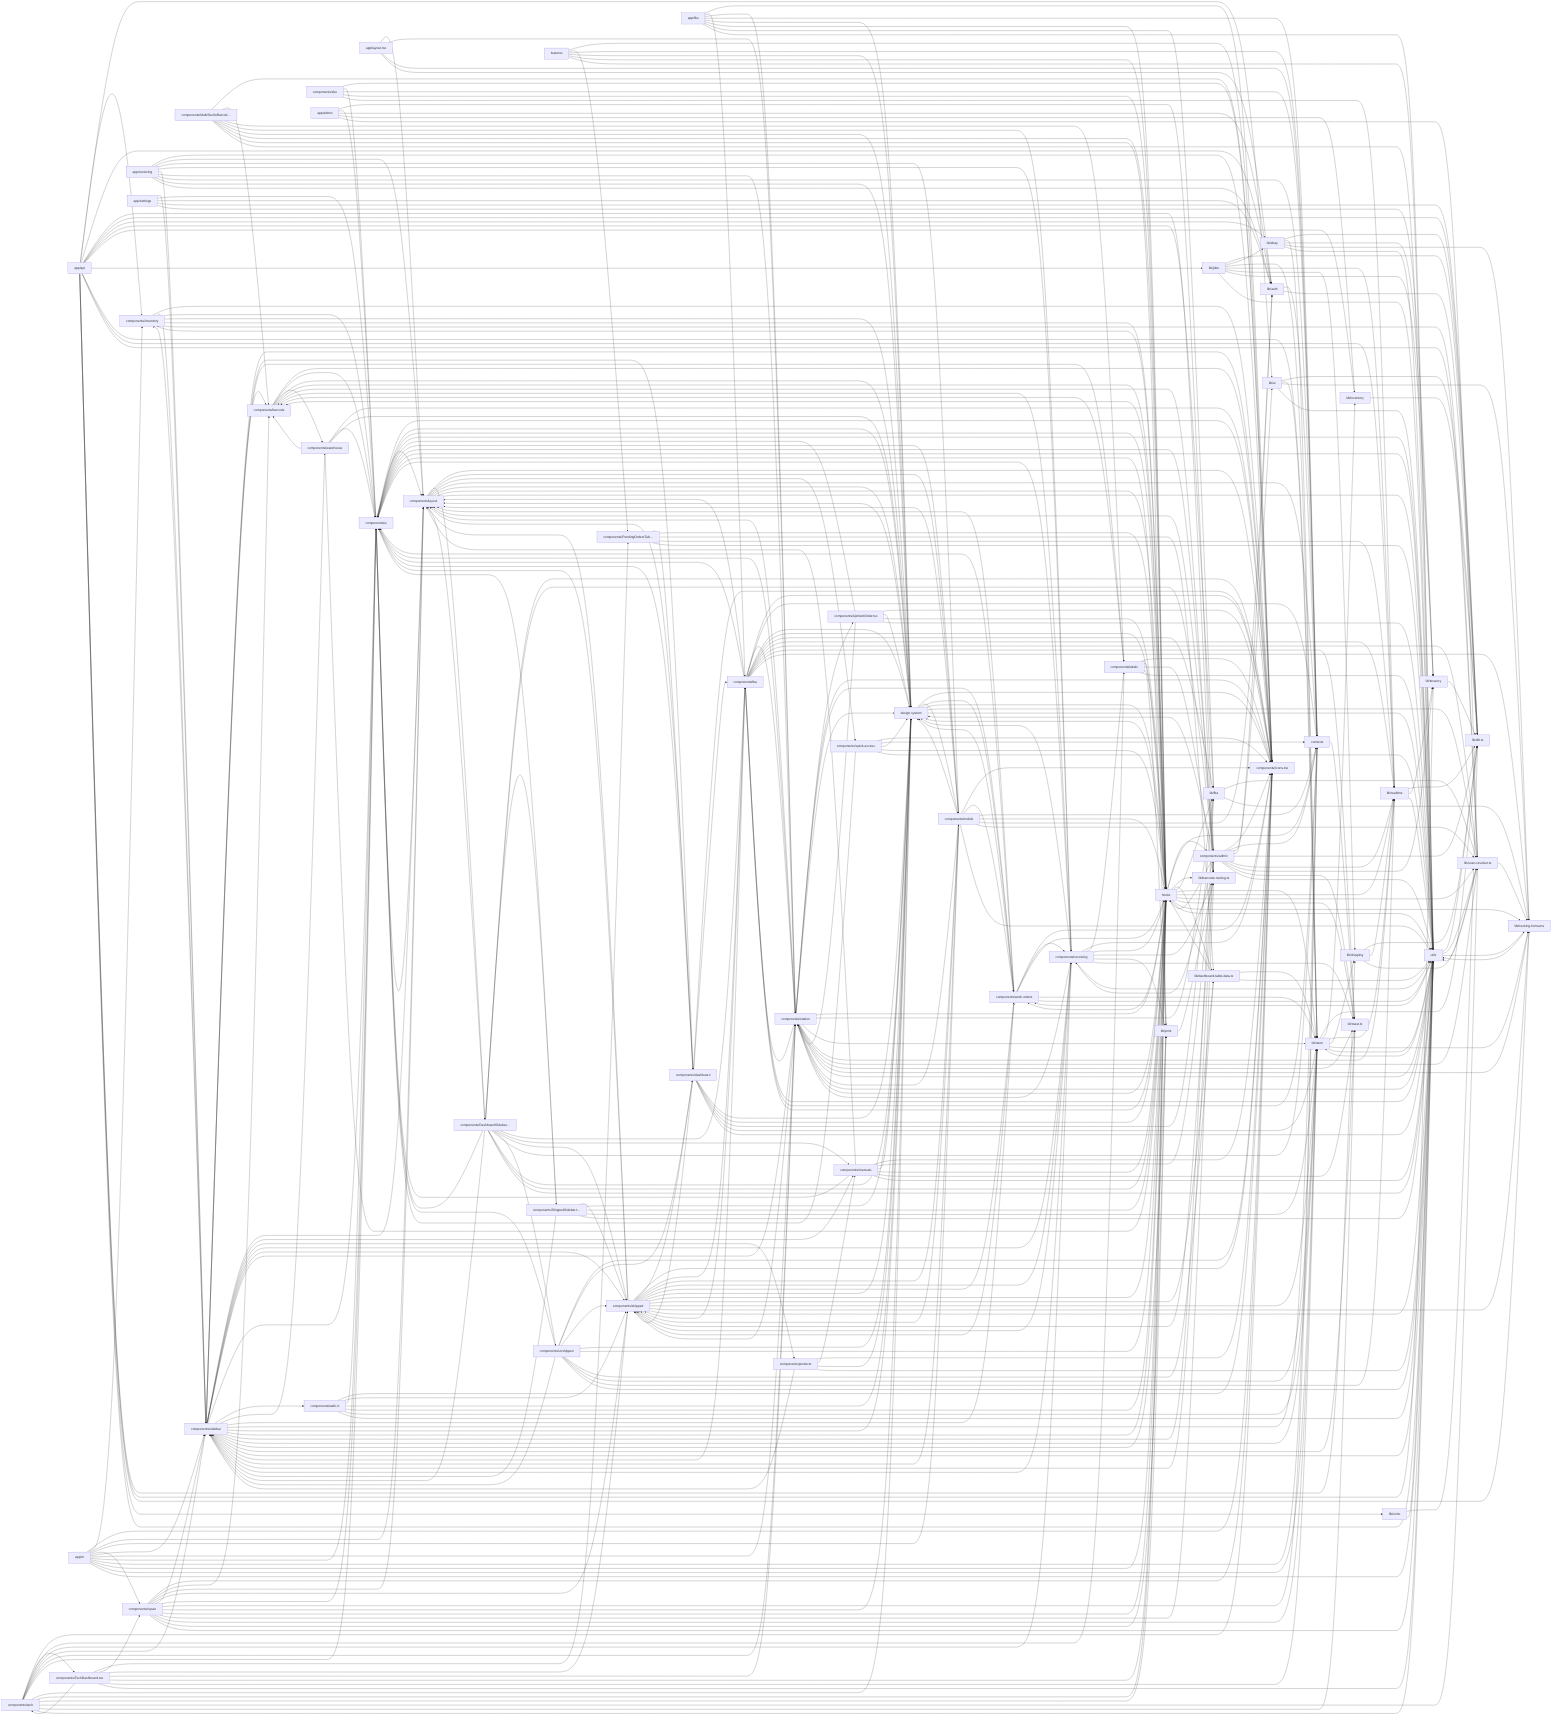
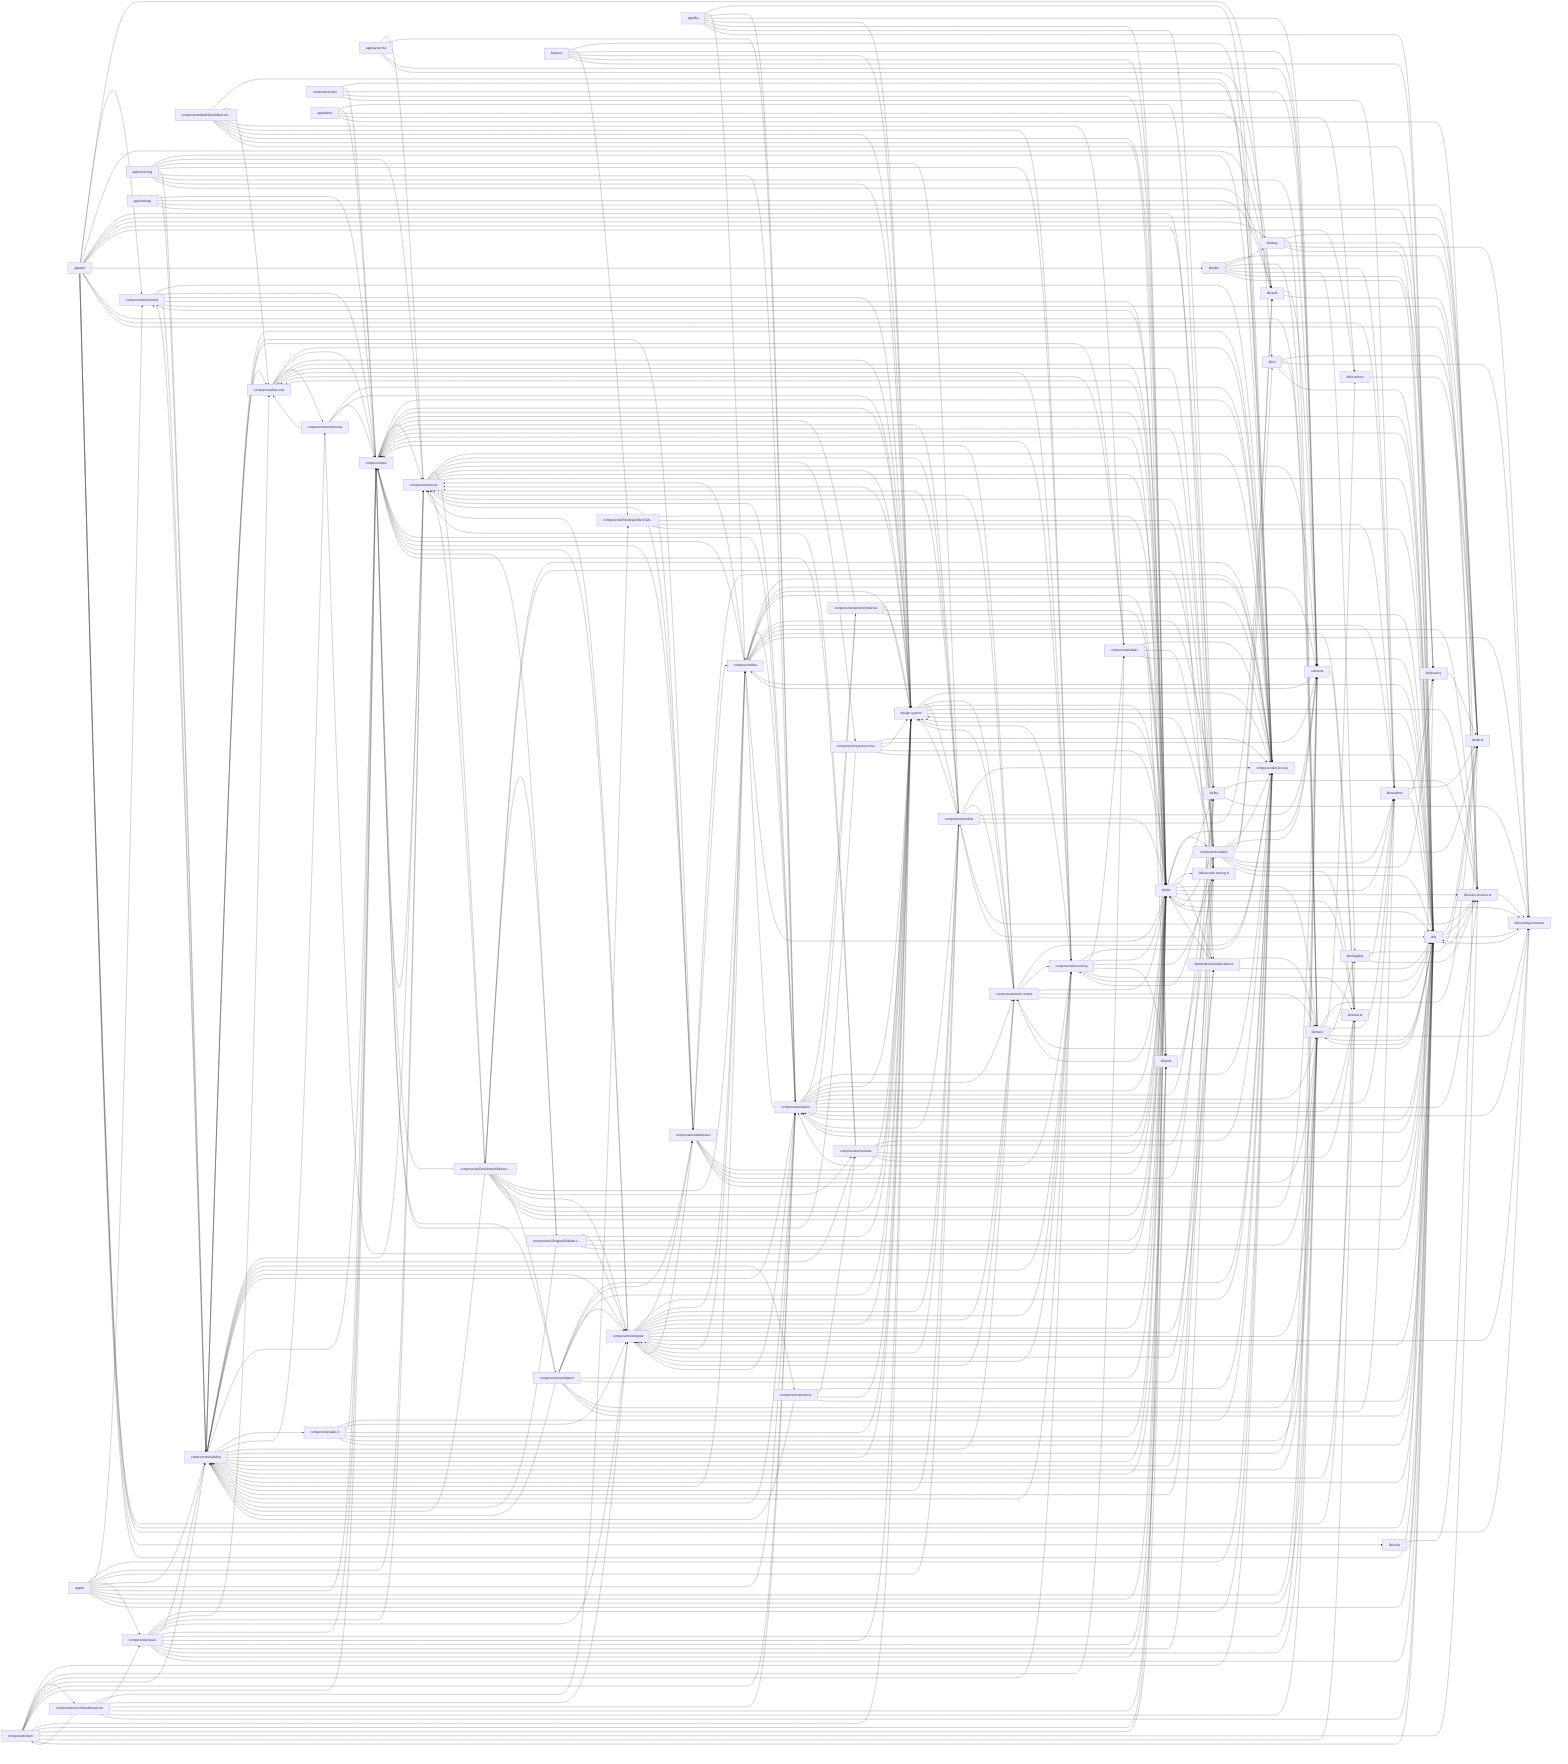
flowchart LR
  app_api["app/api"]
  click app_api "src/app/api/scan-tracking/route.ts" "Open src/app/api/scan-tracking/route.ts"
  hooks["hooks"]
  click hooks "src/hooks/_lifecycle.ts" "Open src/hooks/_lifecycle.ts"
  utils["utils"]
  click utils "src/utils/upnext-shared.ts" "Open src/utils/upnext-shared.ts"
+   components_sidebar["components/sidebar"]
+   click components_sidebar "src/components/sidebar/DeviceModeToggle.tsx" "Open src/components/sidebar/DeviceModeToggle.tsx"
+   components_Icons_tsx["components/Icons.tsx"]
+   click components_Icons_tsx "src/components/Icons.tsx" "Open src/components/Icons.tsx"
  design_system["design-system"]
  click design_system "src/design-system/index.ts" "Open src/design-system/index.ts"
-   components_Icons_tsx["components/Icons.tsx"]
-   click components_Icons_tsx "src/components/Icons.tsx" "Open src/components/Icons.tsx"
-   components_sidebar["components/sidebar"]
-   click components_sidebar "src/components/sidebar/DeviceModeToggle.tsx" "Open src/components/sidebar/DeviceModeToggle.tsx"
  components_ui["components/ui"]
  click components_ui "src/components/ui/DeleteButton.tsx" "Open src/components/ui/DeleteButton.tsx"
  lib_db_ts["lib/db.ts"]
  click lib_db_ts "src/lib/db.ts" "Open src/lib/db.ts"
+   components_station["components/station"]
+   click components_station "src/components/station/BarcodeScanner.tsx" "Open src/components/station/BarcodeScanner.tsx"
  components_shipped["components/shipped"]
  click components_shipped "src/components/shipped/DateGroupHeader.tsx" "Open src/components/shipped/DateGroupHeader.tsx"
-   components_station["components/station"]
-   click components_station "src/components/station/BarcodeScanner.tsx" "Open src/components/station/BarcodeScanner.tsx"
  components_layout["components/layout"]
  click components_layout "src/components/layout/OfflineBanner.tsx" "Open src/components/layout/OfflineBanner.tsx"
  lib_neon["lib/neon"]
  click lib_neon "src/lib/neon/serial-units-queries.ts" "Open src/lib/neon/serial-units-queries.ts"
  contexts["contexts"]
  click contexts "src/contexts/HeaderContext.tsx" "Open src/contexts/HeaderContext.tsx"
  components_admin["components/admin"]
  click components_admin "src/components/admin/AccessSidebarPanel.tsx" "Open src/components/admin/AccessSidebarPanel.tsx"
  components_receiving["components/receiving"]
  click components_receiving "src/components/receiving/Mode2Unboxing.tsx" "Open src/components/receiving/Mode2Unboxing.tsx"
  components_mobile["components/mobile"]
  click components_mobile "src/components/mobile/ScanSurface.tsx" "Open src/components/mobile/ScanSurface.tsx"
  components_fba["components/fba"]
  click components_fba "src/components/fba/FbaShippedTable.tsx" "Open src/components/fba/FbaShippedTable.tsx"
  components_work_orders["components/work-orders"]
  click components_work_orders "src/components/work-orders/WorkOrderInfoStrip.tsx" "Open src/components/work-orders/WorkOrderInfoStrip.tsx"
  lib_realtime["lib/realtime"]
  click lib_realtime "src/lib/realtime/db-events.ts" "Open src/lib/realtime/db-events.ts"
  components_repair["components/repair"]
  click components_repair "src/components/repair/SignaturePad.tsx" "Open src/components/repair/SignaturePad.tsx"
  lib_auth["lib/auth"]
  click lib_auth "src/lib/auth/permission-registry.ts" "Open src/lib/auth/permission-registry.ts"
  components_DashboardSidebar_tsx["components/DashboardSidebar…"]
  click components_DashboardSidebar_tsx "src/components/DashboardSidebar.tsx" "Open src/components/DashboardSidebar.tsx"
  components_tech["components/tech"]
  click components_tech "src/components/tech/UpNextActionDock.tsx" "Open src/components/tech/UpNextActionDock.tsx"
  lib_scan_resolver_ts["lib/scan-resolver.ts"]
  click lib_scan_resolver_ts "src/lib/scan-resolver.ts" "Open src/lib/scan-resolver.ts"
  lib_tracking_format_ts["lib/tracking-format.ts"]
  click lib_tracking_format_ts "src/lib/tracking-format.ts" "Open src/lib/tracking-format.ts"
  components_dashboard["components/dashboard"]
  click components_dashboard "src/components/dashboard/StockZohoOrdersTable.tsx" "Open src/components/dashboard/StockZohoOrdersTable.tsx"
  components_barcode["components/barcode"]
  click components_barcode "src/components/barcode/SkuInput.tsx" "Open src/components/barcode/SkuInput.tsx"
  lib_jobs["lib/jobs"]
  click lib_jobs "src/lib/jobs/ebay-sync.ts" "Open src/lib/jobs/ebay-sync.ts"
  app_m["app/m"]
  click app_m "src/app/m/layout.tsx" "Open src/app/m/layout.tsx"
  components_unshipped["components/unshipped"]
  click components_unshipped "src/components/unshipped/UnshippedTable.tsx" "Open src/components/unshipped/UnshippedTable.tsx"
  components_manuals["components/manuals"]
  click components_manuals "src/components/manuals/ManualsLibrarySidebar.tsx" "Open src/components/manuals/ManualsLibrarySidebar.tsx"
  components_inventory["components/inventory"]
  click components_inventory "src/components/inventory/InventoryShell.tsx" "Open src/components/inventory/InventoryShell.tsx"
  app_receiving["app/receiving"]
  click app_receiving "src/app/receiving/page.tsx" "Open src/app/receiving/page.tsx"
  components_walk_in["components/walk-in"]
  click components_walk_in "src/components/walk-in/SalesDetailsPanel.tsx" "Open src/components/walk-in/SalesDetailsPanel.tsx"
  lib_tenancy["lib/tenancy"]
  click lib_tenancy "src/lib/tenancy/db.test.ts" "Open src/lib/tenancy/db.test.ts"
  components_TechDashboard_tsx["components/TechDashboard.tsx"]
  click components_TechDashboard_tsx "src/components/TechDashboard.tsx" "Open src/components/TechDashboard.tsx"
  components_labels["components/labels"]
  click components_labels "src/components/labels/ReceivingCartonLabel.tsx" "Open src/components/labels/ReceivingCartonLabel.tsx"
  components_warehouse["components/warehouse"]
  click components_warehouse "src/components/warehouse/roomFinderContext.tsx" "Open src/components/warehouse/roomFinderContext.tsx"
  lib_toast_ts["lib/toast.ts"]
  click lib_toast_ts "src/lib/toast.ts" "Open src/lib/toast.ts"
  lib_print["lib/print"]
  click lib_print "src/lib/print/printRepairLabel.ts" "Open src/lib/print/printRepairLabel.ts"
  lib_fba["lib/fba"]
  click lib_fba "src/lib/fba/board-item.ts" "Open src/lib/fba/board-item.ts"
  app_layout_tsx["app/layout.tsx"]
  click app_layout_tsx "src/app/layout.tsx" "Open src/app/layout.tsx"
  components_quick_access["components/quick-access"]
  click components_quick_access "src/components/quick-access/RecentSection.tsx" "Open src/components/quick-access/RecentSection.tsx"
  components_sku["components/sku"]
  click components_sku "src/components/sku/BinRowDetailsSheet.tsx" "Open src/components/sku/BinRowDetailsSheet.tsx"
+   lib_shipping["lib/shipping"]
+   click lib_shipping "src/lib/shipping/repository.ts" "Open src/lib/shipping/repository.ts"
  lib_ebay["lib/ebay"]
  click lib_ebay "src/lib/ebay/token-refresh.ts" "Open src/lib/ebay/token-refresh.ts"
  lib_ai["lib/ai"]
  click lib_ai "src/lib/ai/date-range.test.ts" "Open src/lib/ai/date-range.test.ts"
  app_fba["app/fba"]
  click app_fba "src/app/fba/page.tsx" "Open src/app/fba/page.tsx"
  components_MultiSkuSnBarcode_tsx["components/MultiSkuSnBarcod…"]
  click components_MultiSkuSnBarcode_tsx "src/components/MultiSkuSnBarcode.tsx" "Open src/components/MultiSkuSnBarcode.tsx"
  components_PendingOrdersTable_tsx["components/PendingOrdersTab…"]
  click components_PendingOrdersTable_tsx "src/components/PendingOrdersTable.tsx" "Open src/components/PendingOrdersTable.tsx"
  components_ShippedSidebar_tsx["components/ShippedSidebar.t…"]
  click components_ShippedSidebar_tsx "src/components/ShippedSidebar.tsx" "Open src/components/ShippedSidebar.tsx"
  components_products["components/products"]
  click components_products "src/components/products/types.ts" "Open src/components/products/types.ts"
  lib_dashboard_table_data_ts["lib/dashboard-table-data.ts"]
  click lib_dashboard_table_data_ts "src/lib/dashboard-table-data.ts" "Open src/lib/dashboard-table-data.ts"
  lib_barcode_routing_ts["lib/barcode-routing.ts"]
  click lib_barcode_routing_ts "src/lib/barcode-routing.ts" "Open src/lib/barcode-routing.ts"
  lib_zoho["lib/zoho"]
  click lib_zoho "src/lib/zoho/mock.ts" "Open src/lib/zoho/mock.ts"
-   lib_shipping["lib/shipping"]
-   click lib_shipping "src/lib/shipping/repository.ts" "Open src/lib/shipping/repository.ts"
  lib_inventory["lib/inventory"]
  click lib_inventory "src/lib/inventory/internal-gtin.ts" "Open src/lib/inventory/internal-gtin.ts"
  app_settings["app/settings"]
  click app_settings "src/app/settings/page.tsx" "Open src/app/settings/page.tsx"
  app_admin["app/admin"]
  click app_admin "src/app/admin/page.tsx" "Open src/app/admin/page.tsx"
  features["features"]
  click features "src/features/operations/operations-data-sources.ts" "Open src/features/operations/operations-data-sources.ts"
  components_UpNextOrder_tsx["components/UpNextOrder.tsx"]
  click components_UpNextOrder_tsx "src/components/UpNextOrder.tsx" "Open src/components/UpNextOrder.tsx"
  app_admin --> components_admin
  app_admin --> components_ui
  app_admin --> lib_auth
  app_admin --> lib_inventory
  app_admin --> lib_scan_resolver_ts
  app_api --> components_inventory
  app_api --> lib_ai
  app_api --> lib_auth
  app_api --> lib_barcode_routing_ts
  app_api --> lib_db_ts
  app_api --> lib_ebay
  app_api --> lib_fba
  app_api --> lib_inventory
  app_api --> lib_jobs
  app_api --> lib_neon
  app_api --> lib_realtime
  app_api --> lib_scan_resolver_ts
  app_api --> lib_shipping
  app_api --> lib_tenancy
  app_api --> lib_tracking_format_ts
  app_api --> lib_zoho
  app_api --> utils
  app_fba --> components_Icons_tsx
  app_fba --> components_fba
  app_fba --> components_station
  app_fba --> contexts
  app_fba --> design_system
  app_fba --> hooks
  app_fba --> lib_fba
  app_fba --> utils
  app_layout_tsx --> components_layout
  app_layout_tsx --> components_station
  app_layout_tsx --> contexts
  app_layout_tsx --> lib_auth
  app_m --> components_Icons_tsx
  app_m --> components_inventory
  app_m --> components_layout
  app_m --> components_mobile
  app_m --> components_repair
  app_m --> components_sidebar
  app_m --> components_station
  app_m --> components_ui
  app_m --> contexts
  app_m --> hooks
  app_m --> lib_neon
  app_m --> utils
  app_receiving --> components_Icons_tsx
  app_receiving --> components_layout
  app_receiving --> components_mobile
  app_receiving --> components_receiving
  app_receiving --> components_sidebar
  app_receiving --> components_station
  app_receiving --> contexts
  app_receiving --> design_system
  app_receiving --> lib_auth
  app_settings --> components_sidebar
  app_settings --> components_ui
  app_settings --> lib_auth
  app_settings --> lib_db_ts
  app_settings --> lib_tenancy
  components_DashboardSidebar_tsx --> components_Icons_tsx
  components_DashboardSidebar_tsx --> components_ShippedSidebar_tsx
  components_DashboardSidebar_tsx --> components_admin
  components_DashboardSidebar_tsx --> components_fba
  components_DashboardSidebar_tsx --> components_layout
  components_DashboardSidebar_tsx --> components_manuals
  components_DashboardSidebar_tsx --> components_shipped
  components_DashboardSidebar_tsx --> components_sidebar
  components_DashboardSidebar_tsx --> components_ui
  components_DashboardSidebar_tsx --> components_unshipped
  components_DashboardSidebar_tsx --> contexts
  components_DashboardSidebar_tsx --> design_system
  components_DashboardSidebar_tsx --> hooks
  components_DashboardSidebar_tsx --> utils
  components_MultiSkuSnBarcode_tsx --> components_Icons_tsx
  components_MultiSkuSnBarcode_tsx --> components_barcode
  components_MultiSkuSnBarcode_tsx --> components_labels
  components_MultiSkuSnBarcode_tsx --> components_receiving
  components_MultiSkuSnBarcode_tsx --> design_system
  components_MultiSkuSnBarcode_tsx --> hooks
  components_MultiSkuSnBarcode_tsx --> lib_print
  components_MultiSkuSnBarcode_tsx --> utils
  components_PendingOrdersTable_tsx --> components_dashboard
  components_PendingOrdersTable_tsx --> hooks
  components_PendingOrdersTable_tsx --> lib_dashboard_table_data_ts
  components_PendingOrdersTable_tsx --> lib_realtime
  components_PendingOrdersTable_tsx --> utils
  components_ShippedSidebar_tsx --> components_shipped
  components_ShippedSidebar_tsx --> components_sidebar
  components_ShippedSidebar_tsx --> components_ui
  components_ShippedSidebar_tsx --> design_system
  components_ShippedSidebar_tsx --> hooks
  components_ShippedSidebar_tsx --> lib_neon
  components_ShippedSidebar_tsx --> utils
  components_TechDashboard_tsx --> components_PendingOrdersTable_tsx
  components_TechDashboard_tsx --> components_repair
  components_TechDashboard_tsx --> components_shipped
  components_TechDashboard_tsx --> components_station
  components_TechDashboard_tsx --> components_tech
  components_TechDashboard_tsx --> hooks
  components_TechDashboard_tsx --> lib_neon
  components_TechDashboard_tsx --> utils
  components_UpNextOrder_tsx --> components_Icons_tsx
  components_UpNextOrder_tsx --> components_station
  components_UpNextOrder_tsx --> components_ui
  components_UpNextOrder_tsx --> design_system
  components_UpNextOrder_tsx --> hooks
  components_UpNextOrder_tsx --> utils
  components_admin --> components_Icons_tsx
  components_admin --> components_layout
  components_admin --> components_receiving
  components_admin --> components_shipped
  components_admin --> components_sidebar
  components_admin --> components_ui
  components_admin --> contexts
  components_admin --> design_system
  components_admin --> hooks
  components_admin --> lib_ai
  components_admin --> lib_auth
  components_admin --> lib_db_ts
  components_admin --> lib_realtime
  components_admin --> lib_tenancy
  components_admin --> lib_toast_ts
  components_admin --> utils
  components_barcode --> components_Icons_tsx
  components_barcode --> components_ui
  components_barcode --> components_warehouse
  components_barcode --> design_system
  components_barcode --> hooks
  components_barcode --> lib_barcode_routing_ts
  components_dashboard --> components_Icons_tsx
  components_dashboard --> components_fba
  components_dashboard --> components_layout
  components_dashboard --> components_shipped
  components_dashboard --> components_ui
  components_dashboard --> design_system
  components_dashboard --> hooks
  components_dashboard --> lib_fba
  components_dashboard --> lib_neon
  components_dashboard --> utils
  components_fba --> components_Icons_tsx
  components_fba --> components_layout
  components_fba --> components_shipped
  components_fba --> components_sidebar
  components_fba --> components_station
  components_fba --> components_ui
  components_fba --> contexts
  components_fba --> design_system
  components_fba --> hooks
  components_fba --> lib_fba
  components_fba --> lib_realtime
  components_fba --> lib_scan_resolver_ts
  components_fba --> lib_toast_ts
  components_fba --> lib_tracking_format_ts
  components_fba --> utils
  components_inventory --> components_Icons_tsx
  components_inventory --> components_sidebar
  components_inventory --> components_ui
  components_inventory --> design_system
  components_inventory --> hooks
  components_inventory --> lib_scan_resolver_ts
  components_labels --> components_Icons_tsx
  components_labels --> components_barcode
  components_labels --> hooks
  components_labels --> lib_barcode_routing_ts
  components_labels --> lib_print
  components_labels --> utils
  components_layout --> components_DashboardSidebar_tsx
  components_layout --> components_Icons_tsx
  components_layout --> components_mobile
  components_layout --> components_quick_access
  components_layout --> components_ui
  components_layout --> contexts
  components_layout --> design_system
  components_layout --> hooks
  components_layout --> utils
  components_manuals --> components_Icons_tsx
  components_manuals --> components_admin
  components_manuals --> components_layout
  components_manuals --> components_ui
  components_manuals --> design_system
  components_manuals --> hooks
  components_manuals --> lib_toast_ts
  components_manuals --> utils
  components_mobile --> components_Icons_tsx
  components_mobile --> components_layout
  components_mobile --> components_shipped
  components_mobile --> components_sidebar
  components_mobile --> components_station
  components_mobile --> components_ui
  components_mobile --> components_work_orders
  components_mobile --> contexts
  components_mobile --> design_system
  components_mobile --> hooks
  components_mobile --> lib_auth
  components_mobile --> lib_scan_resolver_ts
  components_mobile --> utils
  components_products --> components_Icons_tsx
  components_products --> components_manuals
  components_products --> components_sidebar
  components_products --> design_system
  components_products --> utils
  components_quick_access --> components_Icons_tsx
  components_quick_access --> components_ui
  components_quick_access --> contexts
  components_quick_access --> design_system
  components_quick_access --> hooks
  components_quick_access --> utils
  components_receiving --> components_Icons_tsx
  components_receiving --> components_barcode
  components_receiving --> components_labels
  components_receiving --> components_shipped
  components_receiving --> components_sidebar
  components_receiving --> components_station
  components_receiving --> components_ui
  components_receiving --> design_system
  components_receiving --> hooks
  components_receiving --> lib_barcode_routing_ts
  components_receiving --> lib_print
  components_receiving --> lib_toast_ts
  components_receiving --> utils
  components_repair --> components_Icons_tsx
  components_repair --> components_barcode
  components_repair --> components_layout
  components_repair --> components_shipped
  components_repair --> components_sidebar
  components_repair --> components_ui
  components_repair --> contexts
  components_repair --> design_system
  components_repair --> hooks
  components_repair --> lib_barcode_routing_ts
  components_repair --> lib_neon
  components_repair --> lib_print
  components_repair --> utils
  components_shipped --> components_Icons_tsx
  components_shipped --> components_dashboard
  components_shipped --> components_fba
  components_shipped --> components_layout
  components_shipped --> components_mobile
  components_shipped --> components_receiving
  components_shipped --> components_ui
  components_shipped --> components_work_orders
  components_shipped --> design_system
  components_shipped --> hooks
  components_shipped --> lib_dashboard_table_data_ts
  components_shipped --> lib_neon
  components_shipped --> lib_tracking_format_ts
  components_shipped --> utils
  components_sidebar --> components_Icons_tsx
  components_sidebar --> components_barcode
  components_sidebar --> components_dashboard
  components_sidebar --> components_inventory
  components_sidebar --> components_labels
  components_sidebar --> components_layout
  components_sidebar --> components_manuals
  components_sidebar --> components_products
  components_sidebar --> components_receiving
  components_sidebar --> components_shipped
  components_sidebar --> components_station
  components_sidebar --> components_ui
  components_sidebar --> components_walk_in
  components_sidebar --> components_warehouse
  components_sidebar --> components_work_orders
  components_sidebar --> contexts
  components_sidebar --> design_system
  components_sidebar --> hooks
  components_sidebar --> lib_fba
  components_sidebar --> lib_neon
  components_sidebar --> lib_print
  components_sidebar --> lib_toast_ts
  components_sidebar --> utils
  components_sku --> components_Icons_tsx
  components_sku --> components_ui
  components_sku --> contexts
  components_sku --> hooks
  components_sku --> lib_realtime
  components_station --> components_Icons_tsx
  components_station --> components_UpNextOrder_tsx
  components_station --> components_fba
  components_station --> components_layout
  components_station --> components_shipped
+   components_station --> components_sidebar
  components_station --> components_ui
  components_station --> components_work_orders
  components_station --> design_system
  components_station --> hooks
  components_station --> lib_fba
  components_station --> lib_neon
  components_station --> lib_realtime
  components_station --> lib_scan_resolver_ts
  components_station --> lib_toast_ts
  components_station --> lib_tracking_format_ts
  components_station --> utils
  components_tech --> components_Icons_tsx
  components_tech --> components_TechDashboard_tsx
  components_tech --> components_labels
  components_tech --> components_receiving
  components_tech --> components_sidebar
  components_tech --> components_station
  components_tech --> components_ui
  components_tech --> design_system
  components_tech --> hooks
  components_tech --> lib_print
  components_tech --> lib_scan_resolver_ts
  components_tech --> lib_toast_ts
  components_tech --> utils
  components_ui --> components_Icons_tsx
  components_ui --> components_layout
  components_ui --> design_system
  components_ui --> hooks
  components_ui --> utils
  components_unshipped --> components_Icons_tsx
  components_unshipped --> components_dashboard
  components_unshipped --> components_shipped
  components_unshipped --> components_sidebar
  components_unshipped --> components_ui
  components_unshipped --> design_system
  components_unshipped --> hooks
  components_unshipped --> lib_dashboard_table_data_ts
  components_unshipped --> lib_neon
  components_unshipped --> lib_realtime
  components_unshipped --> utils
  components_walk_in --> components_Icons_tsx
  components_walk_in --> components_shipped
  components_walk_in --> components_ui
  components_walk_in --> design_system
  components_walk_in --> hooks
  components_walk_in --> lib_neon
  components_walk_in --> utils
  components_warehouse --> components_Icons_tsx
  components_warehouse --> components_barcode
  components_warehouse --> components_ui
  components_warehouse --> design_system
  components_warehouse --> hooks
  components_work_orders --> components_Icons_tsx
  components_work_orders --> components_layout
  components_work_orders --> components_receiving
  components_work_orders --> components_shipped
  components_work_orders --> components_ui
  components_work_orders --> design_system
  components_work_orders --> hooks
  components_work_orders --> lib_neon
  components_work_orders --> utils
  contexts --> components_fba
  contexts --> lib_toast_ts
  design_system --> components_Icons_tsx
  design_system --> components_layout
  design_system --> components_mobile
  design_system --> components_work_orders
  design_system --> hooks
  design_system --> lib_scan_resolver_ts
  design_system --> utils
  features --> components_Icons_tsx
  features --> components_PendingOrdersTable_tsx
  features --> contexts
  features --> design_system
  features --> hooks
  features --> utils
  hooks --> components_admin
  hooks --> components_barcode
  hooks --> components_fba
  hooks --> components_inventory
  hooks --> components_station
  hooks --> components_work_orders
  hooks --> contexts
  hooks --> design_system
  hooks --> lib_barcode_routing_ts
  hooks --> lib_dashboard_table_data_ts
  hooks --> lib_fba
  hooks --> lib_neon
  hooks --> lib_realtime
  hooks --> lib_scan_resolver_ts
  hooks --> lib_toast_ts
  hooks --> lib_tracking_format_ts
  hooks --> utils
  lib_ai --> lib_db_ts
  lib_ai --> lib_neon
  lib_ai --> lib_tracking_format_ts
  lib_ai --> utils
  lib_auth --> contexts
  lib_auth --> lib_db_ts
  lib_dashboard_table_data_ts --> hooks
  lib_dashboard_table_data_ts --> lib_neon
  lib_dashboard_table_data_ts --> utils
  lib_ebay --> lib_db_ts
  lib_ebay --> lib_neon
  lib_ebay --> lib_tenancy
  lib_ebay --> lib_tracking_format_ts
  lib_ebay --> utils
  lib_fba --> lib_scan_resolver_ts
  lib_fba --> lib_tracking_format_ts
  lib_inventory --> lib_db_ts
  lib_jobs --> lib_db_ts
  lib_jobs --> lib_ebay
  lib_jobs --> lib_neon
  lib_jobs --> lib_realtime
  lib_jobs --> lib_shipping
  lib_jobs --> lib_tenancy
  lib_jobs --> utils
  lib_neon --> lib_db_ts
  lib_neon --> lib_inventory
  lib_neon --> lib_realtime
  lib_neon --> lib_shipping
  lib_neon --> lib_tracking_format_ts
  lib_neon --> utils
  lib_print --> components_ui
  lib_print --> lib_barcode_routing_ts
  lib_realtime --> lib_db_ts
  lib_realtime --> lib_tenancy
  lib_realtime --> utils
  lib_scan_resolver_ts --> lib_tracking_format_ts
  lib_scan_resolver_ts --> utils
  lib_shipping --> lib_db_ts
  lib_shipping --> lib_realtime
  lib_shipping --> lib_scan_resolver_ts
  lib_tenancy --> lib_db_ts
  lib_tracking_format_ts --> utils
  lib_zoho --> lib_db_ts
  lib_zoho --> utils
  utils --> components_station
  utils --> components_ui
  utils --> components_work_orders
  utils --> lib_db_ts
  utils --> lib_neon
  utils --> lib_scan_resolver_ts
  utils --> lib_tracking_format_ts
  %% truncated: 169 more groups not shown